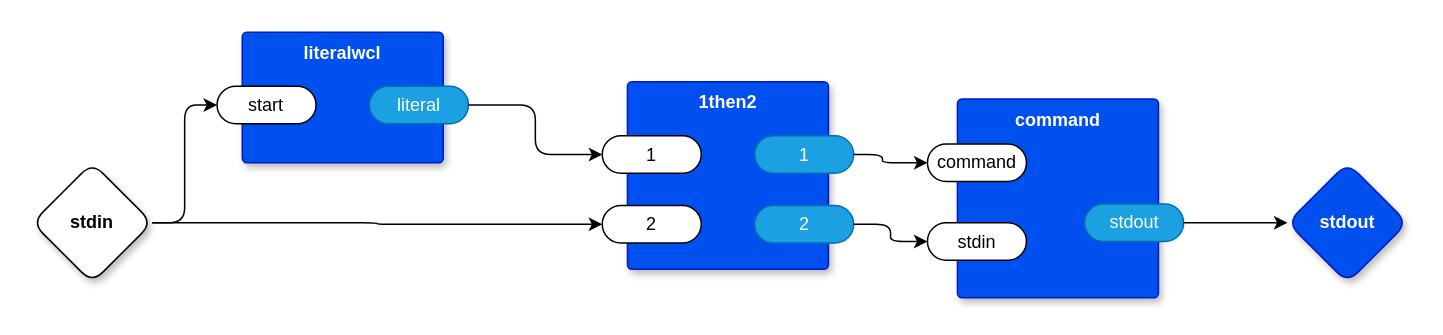
This is page "softwcl" (5 of 10) of vsh.drawio from guitarvydas/odin0d, a draw.io file, before an edit. Source tidied: cells renumbered, new cells numbered last; positions are measured from the earlier drawing's top-left corner, leaving out a move shared by most shapes. Both pictures are drawn from the tidied source at 150%, with x=0, y=0 at pixel (32, 32).
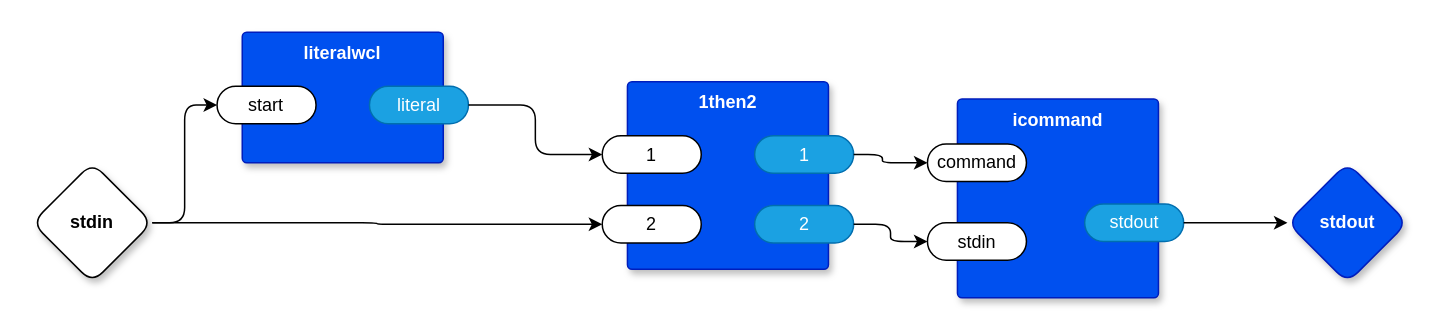
The same diagram, later.

Commit message (it also covers changes not shown here):
command test outputs to processes4 (near top)

The edit, as a diff of the source:
```diff
@@
-    <mxCell id="2" value="command" style="rounded=1;whiteSpace=wrap;html=1;sketch=0;verticalAlign=top;arcSize=6;fontStyle=1;absoluteArcSize=1;shadow=1;strokeColor=#001DBC;fillColor=#0050ef;fontColor=#ffffff;" parent="1" vertex="1">
+    <mxCell id="2" value="icommand" style="rounded=1;whiteSpace=wrap;html=1;sketch=0;verticalAlign=top;arcSize=6;fontStyle=1;absoluteArcSize=1;shadow=1;strokeColor=#001DBC;fillColor=#0050ef;fontColor=#ffffff;" parent="1" vertex="1">
       <mxGeometry x="616.8" y="44.5" width="134" height="132.5" as="geometry" />
     </mxCell>
```
